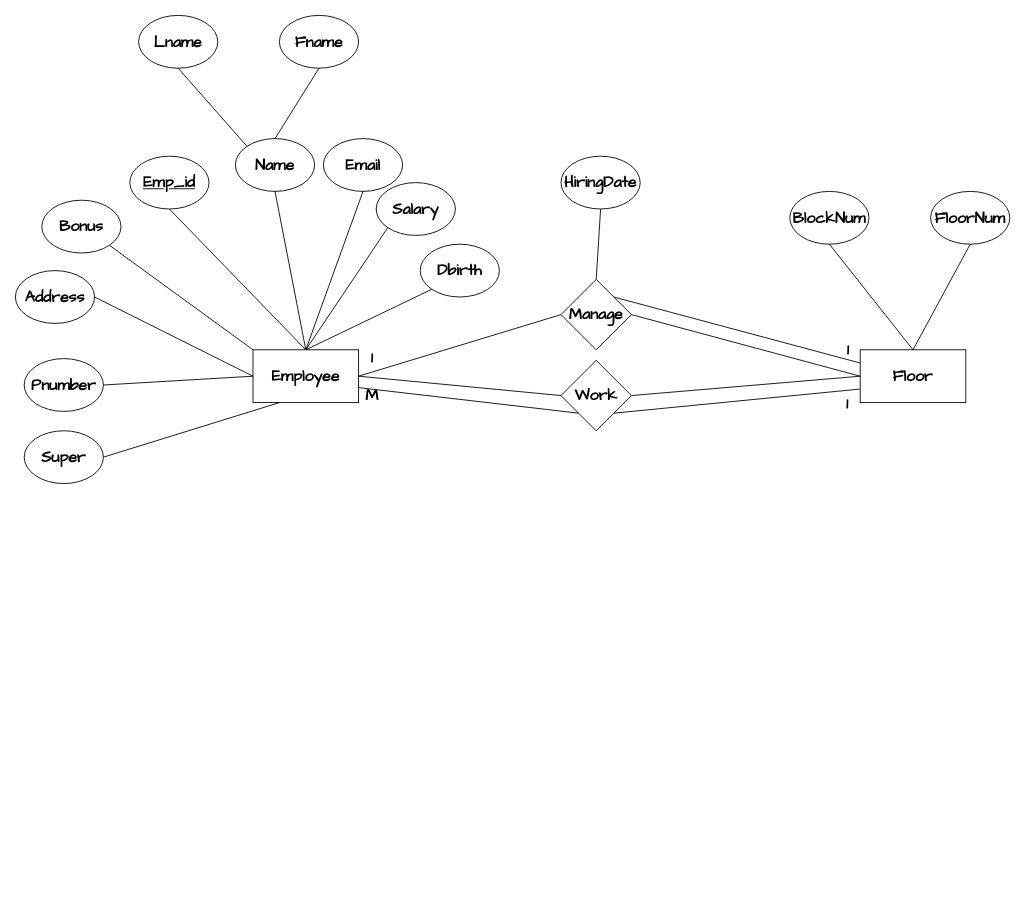
Before: Erd6.drawio in you22ef/ERDs, a draw.io diagram. Source tidied: cells renumbered, new cells numbered last; positions are measured from the earlier drawing's top-left corner, leaving out a move shared by most shapes. Both pictures are drawn from the tidied source at 88%, with x=0, y=0 at pixel (15, 15).
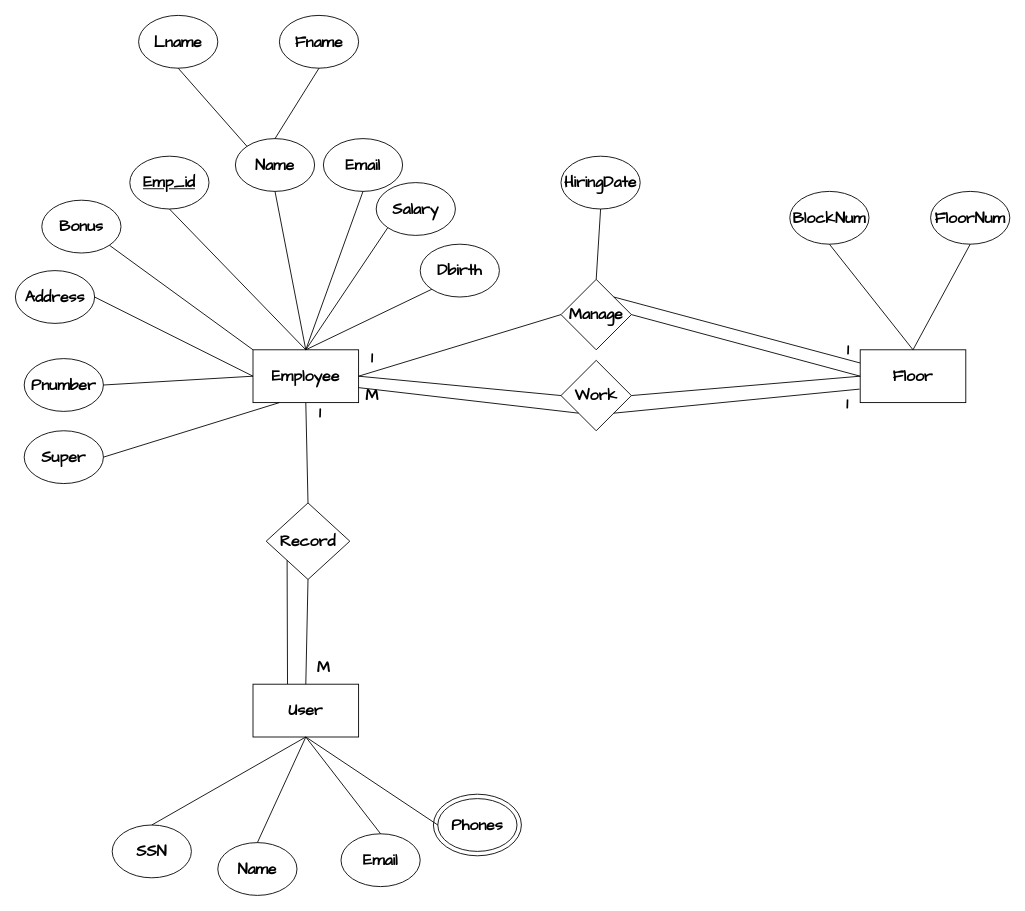
Above is the later version.

Unchanged cells that the change refers to:
```xml
<mxCell id="2" value="&lt;font face=&quot;Architects Daughter&quot; style=&quot;font-size: 18px;&quot;&gt;&lt;b&gt;Employee&lt;/b&gt;&lt;/font&gt;" style="rounded=0;whiteSpace=wrap;html=1;" parent="1" vertex="1">
  <mxGeometry x="270" y="380" width="120" height="60" as="geometry" />
</mxCell>
```

The edit, as a diff of the source:
```diff
@@
+    <mxCell id="45" style="ellipse;whiteSpace=wrap;html=1;" parent="1" vertex="1">
+      <mxGeometry x="475" y="885" width="100" height="70" as="geometry" />
+    </mxCell>
@@
+    <mxCell id="46" value="&lt;font face=&quot;Architects Daughter&quot; style=&quot;font-size: 18px;&quot;&gt;&lt;b&gt;User&lt;/b&gt;&lt;/font&gt;" style="rounded=0;whiteSpace=wrap;html=1;" parent="1" vertex="1">
+      <mxGeometry x="270" y="760" width="120" height="60" as="geometry" />
+    </mxCell>
+    <mxCell id="47" value="&lt;font face=&quot;Architects Daughter&quot; style=&quot;font-size: 18px;&quot;&gt;&lt;b&gt;SSN&lt;/b&gt;&lt;/font&gt;" style="ellipse;whiteSpace=wrap;html=1;" parent="1" vertex="1">
+      <mxGeometry x="110" y="920" width="90" height="60" as="geometry" />
+    </mxCell>
+    <mxCell id="48" value="&lt;font style=&quot;font-size: 18px;&quot; face=&quot;Architects Daughter&quot;&gt;&lt;b&gt;Name&lt;/b&gt;&lt;/font&gt;" style="ellipse;whiteSpace=wrap;html=1;" parent="1" vertex="1">
+      <mxGeometry x="230" y="940" width="90" height="60" as="geometry" />
+    </mxCell>
+    <mxCell id="49" value="&lt;font face=&quot;Architects Daughter&quot;&gt;&lt;span style=&quot;font-size: 18px;&quot;&gt;&lt;b&gt;Email&lt;/b&gt;&lt;/span&gt;&lt;/font&gt;" style="ellipse;whiteSpace=wrap;html=1;" parent="1" vertex="1">
+      <mxGeometry x="370" y="930" width="90" height="60" as="geometry" />
+    </mxCell>
+    <mxCell id="50" value="&lt;font face=&quot;Architects Daughter&quot;&gt;&lt;span style=&quot;font-size: 18px;&quot;&gt;&lt;b&gt;Phones&lt;/b&gt;&lt;/span&gt;&lt;/font&gt;" style="ellipse;whiteSpace=wrap;html=1;" parent="1" vertex="1">
+      <mxGeometry x="480" y="890" width="90" height="60" as="geometry" />
+    </mxCell>
+    <mxCell id="51" style="endArrow=none;html=1;rounded=0;entryX=0.5;entryY=1;entryDx=0;entryDy=0;exitX=0.5;exitY=0;exitDx=0;exitDy=0;" parent="1" edge="1" source="47" target="46">
+      <mxGeometry relative="1" as="geometry" />
+    </mxCell>
+    <mxCell id="52" style="endArrow=none;html=1;rounded=0;exitX=0.5;exitY=0;exitDx=0;exitDy=0;entryX=0.5;entryY=1;entryDx=0;entryDy=0;" parent="1" edge="1" source="48" target="46">
+      <mxGeometry relative="1" as="geometry" />
+    </mxCell>
+    <mxCell id="53" style="endArrow=none;html=1;rounded=0;exitX=0.5;exitY=1;exitDx=0;exitDy=0;entryX=0.5;entryY=0;entryDx=0;entryDy=0;" parent="1" edge="1" source="46" target="49">
+      <mxGeometry relative="1" as="geometry" />
+    </mxCell>
+    <mxCell id="54" style="endArrow=none;html=1;rounded=0;exitX=0.5;exitY=1;exitDx=0;exitDy=0;entryX=0;entryY=0.5;entryDx=0;entryDy=0;" parent="1" edge="1" source="46" target="50">
+      <mxGeometry relative="1" as="geometry" />
+    </mxCell>
+    <mxCell id="55" value="&lt;font face=&quot;Architects Daughter&quot;&gt;&lt;span style=&quot;font-size: 18px;&quot;&gt;&lt;b&gt;Record&lt;/b&gt;&lt;/span&gt;&lt;/font&gt;" style="rhombus;whiteSpace=wrap;html=1;" parent="1" vertex="1">
+      <mxGeometry x="285" y="554" width="95" height="87" as="geometry" />
+    </mxCell>
+    <mxCell id="56" style="endArrow=none;html=1;rounded=0;entryX=0.5;entryY=1;entryDx=0;entryDy=0;exitX=0.5;exitY=0;exitDx=0;exitDy=0;" parent="1" edge="1" source="55" target="2">
+      <mxGeometry relative="1" as="geometry" />
+    </mxCell>
+    <mxCell id="57" style="endArrow=none;html=1;rounded=0;exitX=0.5;exitY=0;exitDx=0;exitDy=0;entryX=0.5;entryY=1;entryDx=0;entryDy=0;" parent="1" edge="1" source="46" target="55">
+      <mxGeometry relative="1" as="geometry" />
+    </mxCell>
+    <mxCell id="58" style="endArrow=none;html=1;rounded=0;entryX=0;entryY=1;entryDx=0;entryDy=0;exitX=0.327;exitY=-0.003;exitDx=0;exitDy=0;exitPerimeter=0;" parent="1" edge="1" source="46" target="55">
+      <mxGeometry relative="1" as="geometry" />
+    </mxCell>
+    <mxCell id="59" value="&lt;font style=&quot;font-size: 18px;&quot; face=&quot;Architects Daughter&quot;&gt;&lt;b&gt;1&lt;/b&gt;&lt;/font&gt;" style="text;html=1;align=center;verticalAlign=middle;strokeColor=none;fillColor=none;" parent="1" vertex="1">
+      <mxGeometry x="331" y="432" width="30" height="40" as="geometry" />
+    </mxCell>
+    <mxCell id="60" value="&lt;font style=&quot;font-size: 18px;&quot; face=&quot;Architects Daughter&quot;&gt;&lt;b&gt;M&lt;/b&gt;&lt;/font&gt;" style="text;html=1;align=center;verticalAlign=middle;strokeColor=none;fillColor=none;" parent="1" vertex="1">
+      <mxGeometry x="330" y="721" width="40" height="40" as="geometry" />
+    </mxCell>
```
